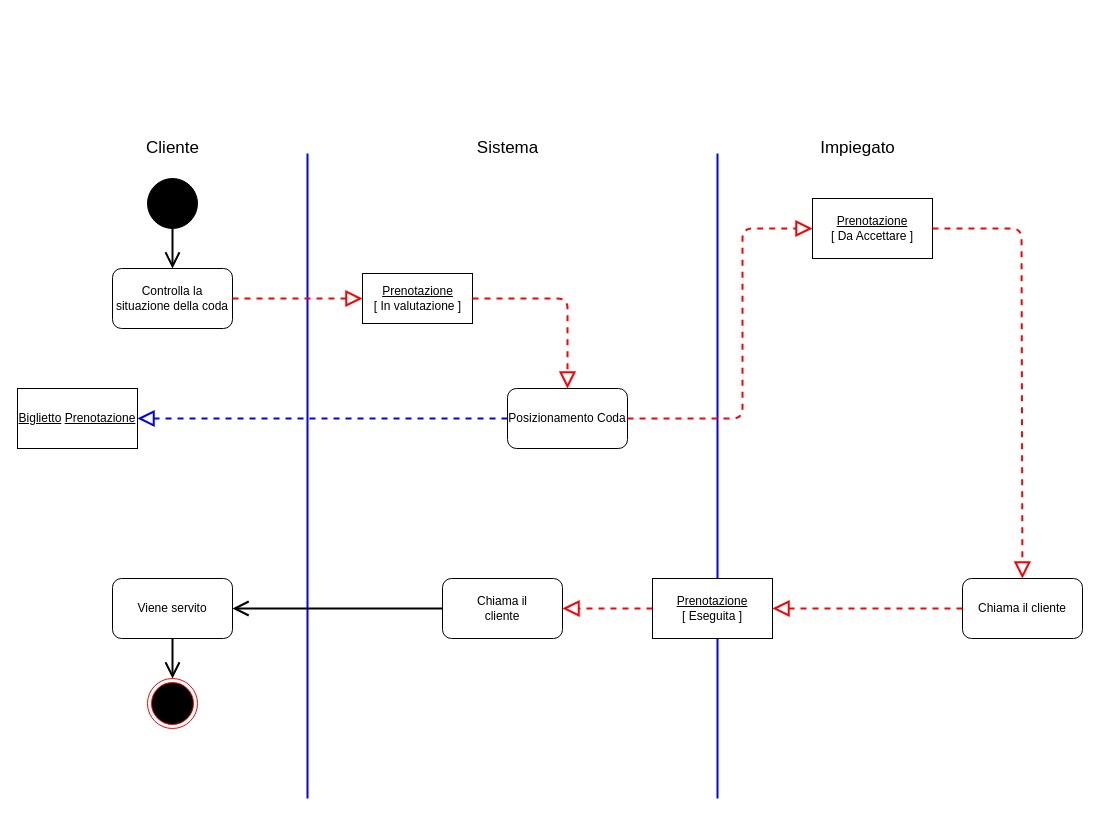
The draw.io diagram Documenti/ProposedSystem.drawio in Givaa/MedQueue, before the edit. Source tidied: cells renumbered, new cells numbered last; positions are measured from the earlier drawing's top-left corner, leaving out a move shared by most shapes. Both pictures are drawn from the tidied source at 100%, with x=0, y=0 at pixel (17, 138).
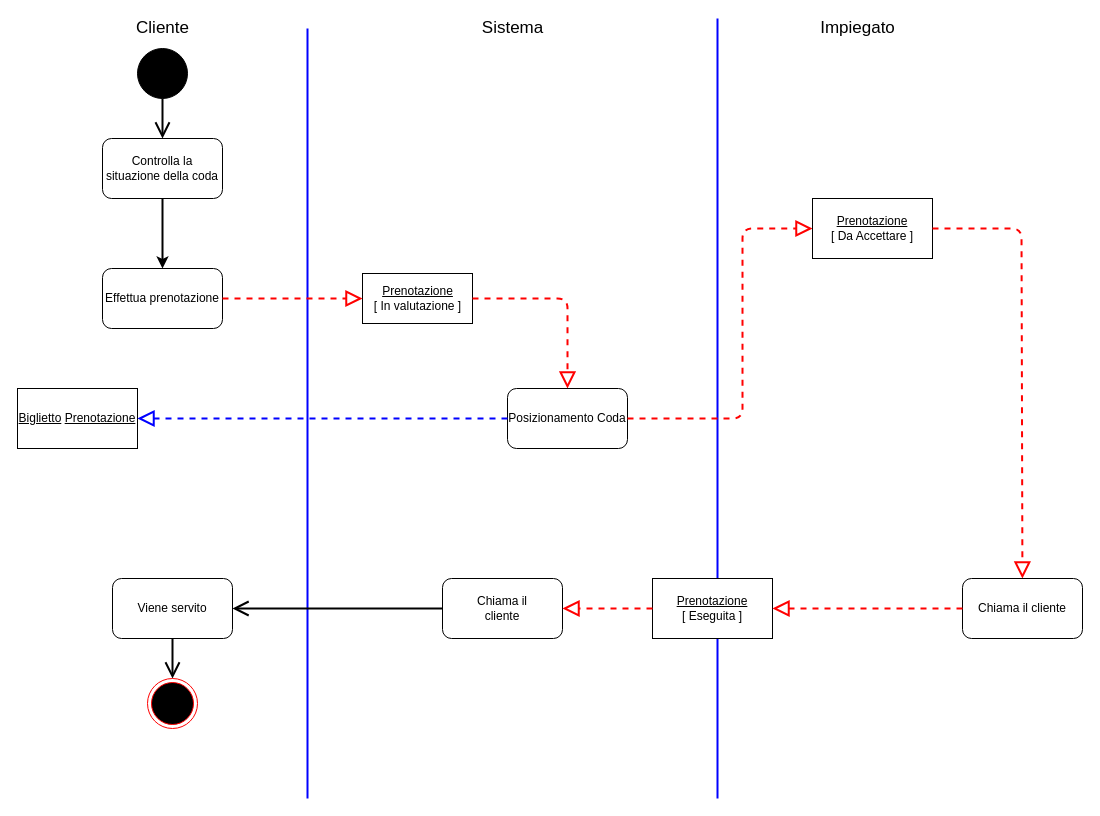
After the change.

Commit message (it also covers changes not shown here):
Proposed System

Aggiunta di "effettua prenotazione"

Unchanged cells that the change refers to:
```xml
<mxCell id="13" value="&lt;div&gt;&lt;u&gt;Prenotazione&lt;/u&gt;&lt;/div&gt;&lt;div&gt;[ In valutazione ]&lt;br&gt;&lt;/div&gt;" style="html=1;" parent="1" vertex="1">
  <mxGeometry x="345" y="135" width="110" height="50" as="geometry" />
</mxCell>
```

What changed in the source:
```diff
@@
     <mxCell id="2" style="ellipse;whiteSpace=wrap;html=1;fillColor=#000000;" parent="1" vertex="1">
-      <mxGeometry x="130" y="40" width="50" height="50" as="geometry" />
+      <mxGeometry x="120" y="-90" width="50" height="50" as="geometry" />
     </mxCell>
@@
     <mxCell id="4" value="&lt;font style=&quot;font-size: 17px&quot;&gt;Cliente&lt;/font&gt;" style="text;html=1;align=center;verticalAlign=middle;" parent="1" vertex="1">
-      <mxGeometry x="120" width="70" height="20" as="geometry" />
+      <mxGeometry x="110" y="-120" width="70" height="20" as="geometry" />
     </mxCell>
     <mxCell id="5" value="Controlla la situazione della coda" style="rounded=1;whiteSpace=wrap;html=1;strokeWidth=1;fillColor=#FFFFFF;" parent="1" vertex="1">
-      <mxGeometry x="95" y="130" width="120" height="60" as="geometry" />
+      <mxGeometry x="85" width="120" height="60" as="geometry" />
     </mxCell>
@@
     <mxCell id="7" style="line;strokeWidth=2;direction=south;html=1;fillColor=#FFFFFF;strokeColor=#0000FF;" parent="1" vertex="1">
-      <mxGeometry x="285" y="15" width="10" height="645" as="geometry" />
+      <mxGeometry x="285" y="-110" width="10" height="770" as="geometry" />
     </mxCell>
@@
     <mxCell id="10" value="&lt;font style=&quot;font-size: 17px&quot;&gt;Impiegato&lt;/font&gt;" style="text;html=1;align=center;verticalAlign=middle;" parent="1" vertex="1">
-      <mxGeometry x="795" width="90" height="20" as="geometry" />
+      <mxGeometry x="795" y="-120" width="90" height="20" as="geometry" />
     </mxCell>
@@
-    <mxCell id="12" style="endArrow=block;dashed=1;endFill=0;endSize=12;html=1;exitX=1;exitY=0.5;exitDx=0;exitDy=0;strokeWidth=2;strokeColor=#FF0000;" parent="1" edge="1" source="5" target="13">
-      <mxGeometry relative="1" as="geometry" />
-    </mxCell>
@@
     <mxCell id="16" style="line;strokeWidth=2;direction=south;html=1;fillColor=#FFFFFF;strokeColor=#0000FF;" parent="1" vertex="1">
-      <mxGeometry x="695" y="15" width="10" height="645" as="geometry" />
+      <mxGeometry x="695" y="-120" width="10" height="780" as="geometry" />
     </mxCell>
@@
     <mxCell id="27" value="&lt;font style=&quot;font-size: 17px&quot;&gt;Sistema&lt;/font&gt;" style="text;html=1;align=center;verticalAlign=middle;" parent="1" vertex="1">
-      <mxGeometry x="450" width="80" height="20" as="geometry" />
+      <mxGeometry x="455" y="-120" width="80" height="20" as="geometry" />
     </mxCell>
+    <mxCell id="28" value="&lt;span&gt;Effettua prenotazione&lt;/span&gt;" style="rounded=1;whiteSpace=wrap;html=1;" parent="1" vertex="1">
+      <mxGeometry x="85" y="130" width="120" height="60" as="geometry" />
+    </mxCell>
+    <mxCell id="29" style="endArrow=block;dashed=1;endFill=0;endSize=12;html=1;exitX=1;exitY=0.5;exitDx=0;exitDy=0;strokeWidth=2;strokeColor=#FF0000;entryX=0;entryY=0.5;entryDx=0;entryDy=0;" parent="1" edge="1" source="28" target="13">
+      <mxGeometry relative="1" as="geometry" />
+    </mxCell>
+    <mxCell id="30" style="endArrow=classic;html=1;exitX=0.5;exitY=1;exitDx=0;exitDy=0;entryX=0.5;entryY=0;entryDx=0;entryDy=0;strokeWidth=2;" parent="1" edge="1" source="5" target="28">
+      <mxGeometry relative="1" as="geometry" />
+    </mxCell>
```
